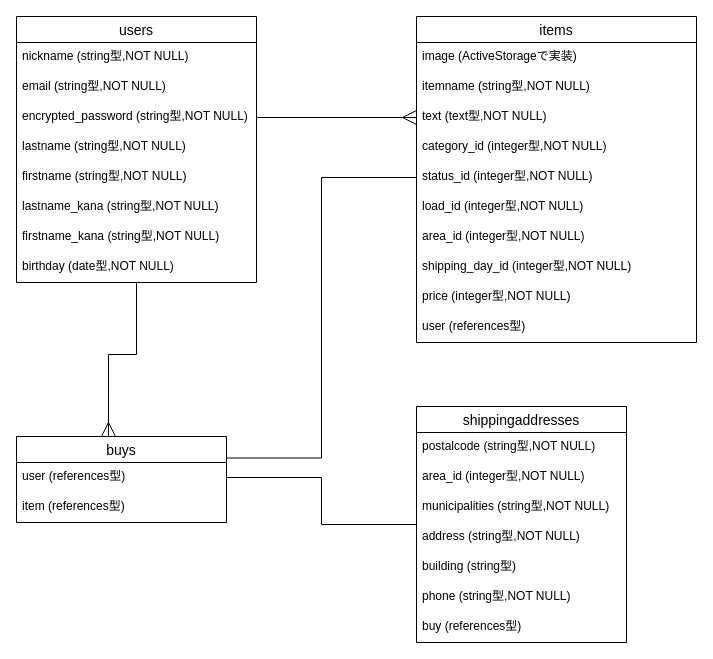
Above: furima.dio in yutamiura7/furima-36425 (draw.io), before the change. Source tidied: cells renumbered, new cells numbered last; positions are measured from the earlier drawing's top-left corner, leaving out a move shared by most shapes. Both pictures are drawn from the tidied source at 100%, with x=0, y=0 at pixel (16, 16).
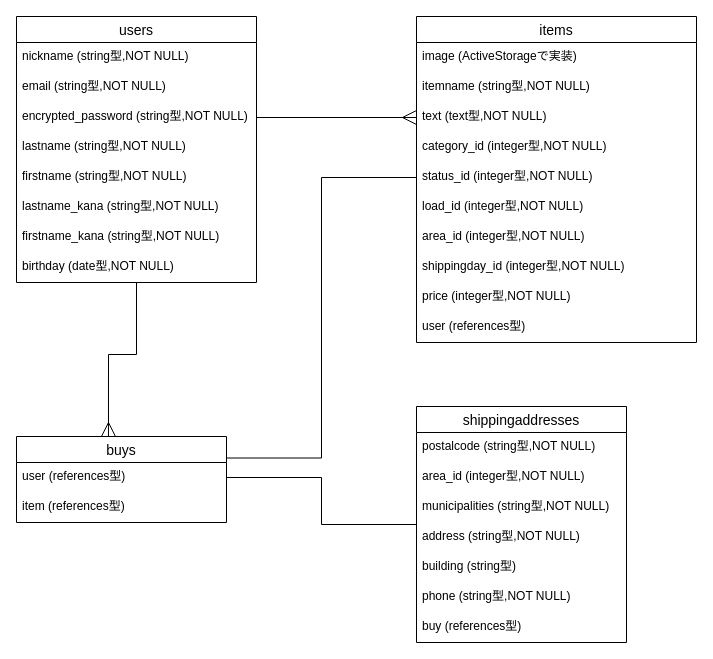
The same diagram, later.

The change refers to these unchanged cells:
```xml
<mxCell id="12" value="items" style="swimlane;fontStyle=0;horizontal=1;startSize=26;align=center;fontSize=14;" parent="1" vertex="1">
  <mxGeometry x="400" width="280" height="326" as="geometry" />
</mxCell>
```

The edit, as a diff of the source:
```diff
@@
-    <mxCell id="20" value="shipping_day_id (integer型,NOT NULL)" style="text;strokeColor=none;fillColor=none;spacingLeft=4;spacingRight=4;overflow=hidden;fontSize=12;" parent="12" vertex="1">
+    <mxCell id="20" value="shippingday_id (integer型,NOT NULL)" style="text;strokeColor=none;fillColor=none;spacingLeft=4;spacingRight=4;overflow=hidden;fontSize=12;" parent="12" vertex="1">
       <mxGeometry y="236" width="280" height="30" as="geometry" />
     </mxCell>
```
